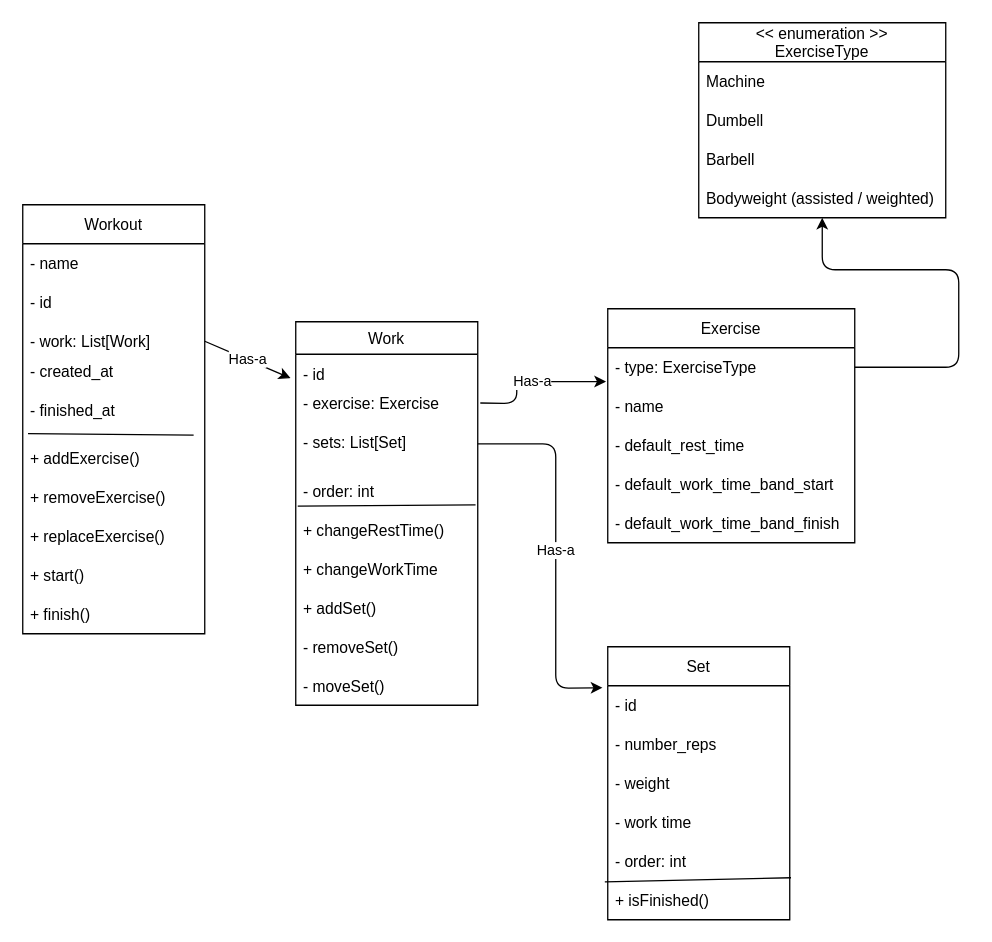
This is page "Domain model" (1 of 3) of domain.drawio from SamBoyd/time-under-tension, a draw.io file, before an edit. Source tidied: cells renumbered, new cells numbered last; positions are measured from the earlier drawing's top-left corner, leaving out a move shared by most shapes. Both pictures are drawn from the tidied source at 130%, with x=0, y=0 at pixel (22, 22).
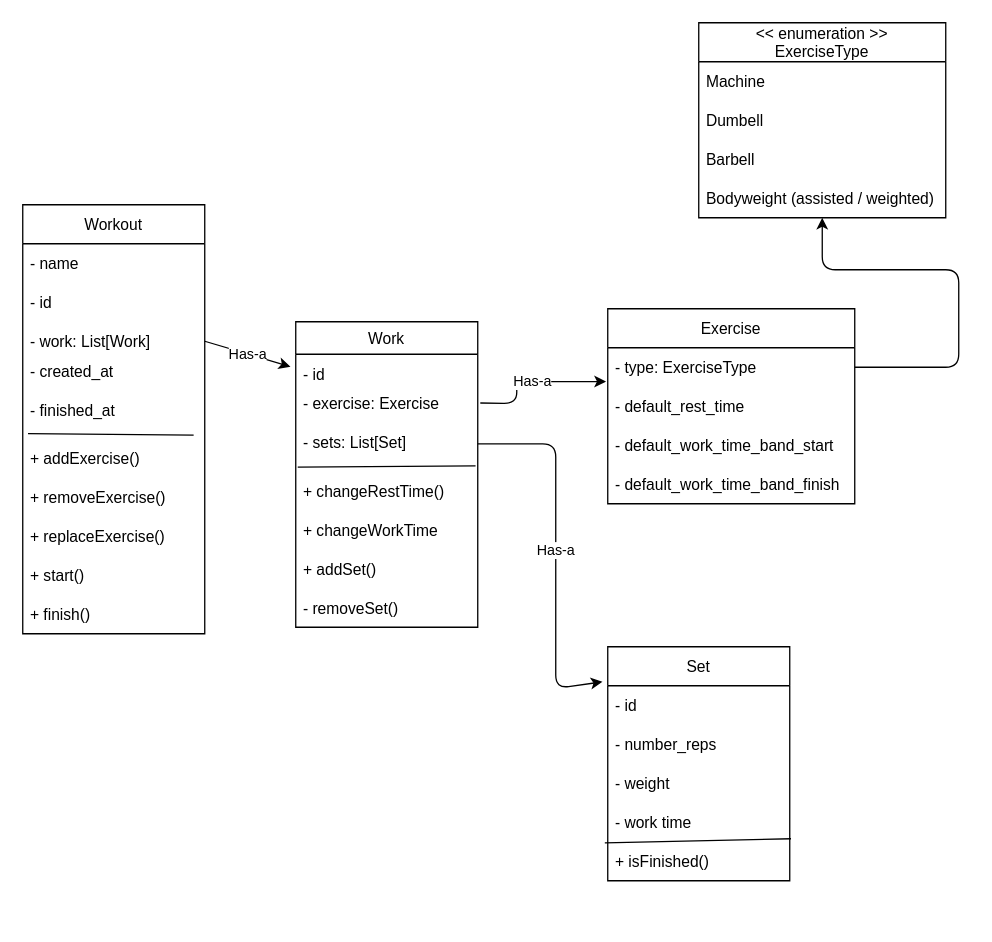
The same diagram, later.

Diff of the diagram source:
```diff
@@
     <mxCell id="16" value="Exercise" style="swimlane;fontStyle=0;horizontal=1;startSize=30;" parent="1" vertex="1">
-      <mxGeometry x="450" y="220" width="190" height="180" as="geometry" />
+      <mxGeometry x="450" y="220" width="190" height="150" as="geometry" />
     </mxCell>
@@
-    <mxCell id="18" value="- name" style="text;strokeColor=none;fillColor=none;align=left;verticalAlign=middle;spacingLeft=4;spacingRight=4;overflow=hidden;" parent="16" vertex="1">
-      <mxGeometry y="60" width="190" height="30" as="geometry" />
-    </mxCell>
     <mxCell id="19" value="- default_rest_time" style="text;strokeColor=none;fillColor=none;align=left;verticalAlign=middle;spacingLeft=4;spacingRight=4;overflow=hidden;" parent="16" vertex="1">
-      <mxGeometry y="90" width="190" height="30" as="geometry" />
+      <mxGeometry y="60" width="190" height="30" as="geometry" />
     </mxCell>
     <mxCell id="20" value="- default_work_time_band_start" style="text;strokeColor=none;fillColor=none;align=left;verticalAlign=middle;spacingLeft=4;spacingRight=4;overflow=hidden;" parent="16" vertex="1">
-      <mxGeometry y="120" width="190" height="30" as="geometry" />
+      <mxGeometry y="90" width="190" height="30" as="geometry" />
     </mxCell>
     <mxCell id="21" value="- default_work_time_band_finish" style="text;strokeColor=none;fillColor=none;align=left;verticalAlign=middle;spacingLeft=4;spacingRight=4;overflow=hidden;" parent="16" vertex="1">
-      <mxGeometry y="150" width="190" height="30" as="geometry" />
+      <mxGeometry y="120" width="190" height="30" as="geometry" />
     </mxCell>
@@
     <mxCell id="27" value="Work" style="swimlane;fontStyle=0;horizontal=1;startSize=25;" parent="1" vertex="1">
-      <mxGeometry x="210" y="230" width="140" height="295" as="geometry" />
+      <mxGeometry x="210" y="230" width="140" height="235" as="geometry" />
     </mxCell>
@@
-    <mxCell id="31" value="- order: int" style="text;strokeColor=none;fillColor=none;align=left;verticalAlign=middle;spacingLeft=4;spacingRight=4;overflow=hidden;" parent="27" vertex="1">
-      <mxGeometry y="115" width="140" height="30" as="geometry" />
-    </mxCell>
     <mxCell id="32" value="+ changeRestTime()" style="text;strokeColor=none;fillColor=none;align=left;verticalAlign=middle;spacingLeft=4;spacingRight=4;overflow=hidden;points=[[0,0.5],[1,0.5]];portConstraint=eastwest;" parent="27" vertex="1">
-      <mxGeometry y="145" width="140" height="30" as="geometry" />
+      <mxGeometry y="115" width="140" height="30" as="geometry" />
     </mxCell>
@@
     <mxCell id="34" value="+ changeWorkTime" style="text;strokeColor=none;fillColor=none;align=left;verticalAlign=middle;spacingLeft=4;spacingRight=4;overflow=hidden;" parent="27" vertex="1">
-      <mxGeometry y="175" width="140" height="30" as="geometry" />
+      <mxGeometry y="145" width="140" height="30" as="geometry" />
     </mxCell>
     <mxCell id="35" value="+ addSet()" style="text;strokeColor=none;fillColor=none;align=left;verticalAlign=middle;spacingLeft=4;spacingRight=4;overflow=hidden;" parent="27" vertex="1">
-      <mxGeometry y="205" width="140" height="30" as="geometry" />
+      <mxGeometry y="175" width="140" height="30" as="geometry" />
     </mxCell>
     <mxCell id="36" value="- removeSet()" style="text;strokeColor=none;fillColor=none;align=left;verticalAlign=middle;spacingLeft=4;spacingRight=4;overflow=hidden;" parent="27" vertex="1">
-      <mxGeometry y="235" width="140" height="30" as="geometry" />
+      <mxGeometry y="205" width="140" height="30" as="geometry" />
     </mxCell>
-    <mxCell id="37" value="- moveSet()" style="text;strokeColor=none;fillColor=none;align=left;verticalAlign=middle;spacingLeft=4;spacingRight=4;overflow=hidden;" parent="27" vertex="1">
-      <mxGeometry y="265" width="140" height="30" as="geometry" />
-    </mxCell>
@@
     <mxCell id="39" value="Set" style="swimlane;fontStyle=0;horizontal=1;startSize=30;" parent="1" vertex="1">
-      <mxGeometry x="450" y="480" width="140" height="210" as="geometry" />
+      <mxGeometry x="450" y="480" width="140" height="180" as="geometry" />
     </mxCell>
@@
-    <mxCell id="44" value="- order: int" style="text;strokeColor=none;fillColor=none;align=left;verticalAlign=middle;spacingLeft=4;spacingRight=4;overflow=hidden;" parent="39" vertex="1">
-      <mxGeometry y="150" width="140" height="30" as="geometry" />
-    </mxCell>
     <mxCell id="45" value="+ isFinished()" style="text;strokeColor=none;fillColor=none;align=left;verticalAlign=middle;spacingLeft=4;spacingRight=4;overflow=hidden;points=[[0,0.5],[1,0.5]];portConstraint=eastwest;" parent="39" vertex="1">
-      <mxGeometry y="180" width="140" height="30" as="geometry" />
+      <mxGeometry y="150" width="140" height="30" as="geometry" />
     </mxCell>
```
